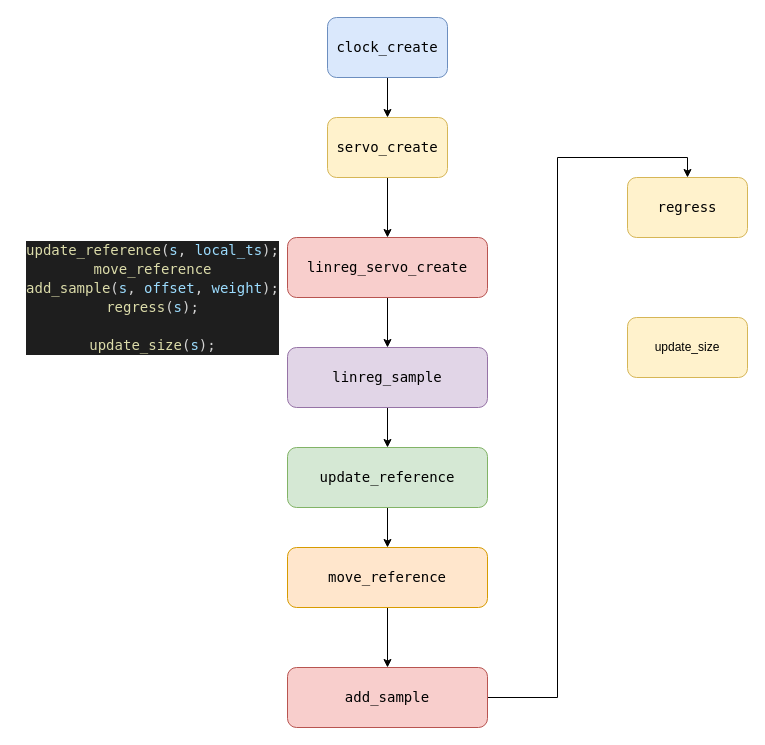
The draw.io diagram Untitled Diagram.drawio in enesygt/c_repo, before the edit. Source tidied: cells renumbered, new cells numbered last; positions are measured from the earlier drawing's top-left corner, leaving out a move shared by most shapes. Both pictures are drawn from the tidied source at 100%, with x=0, y=0 at pixel (17, 17).
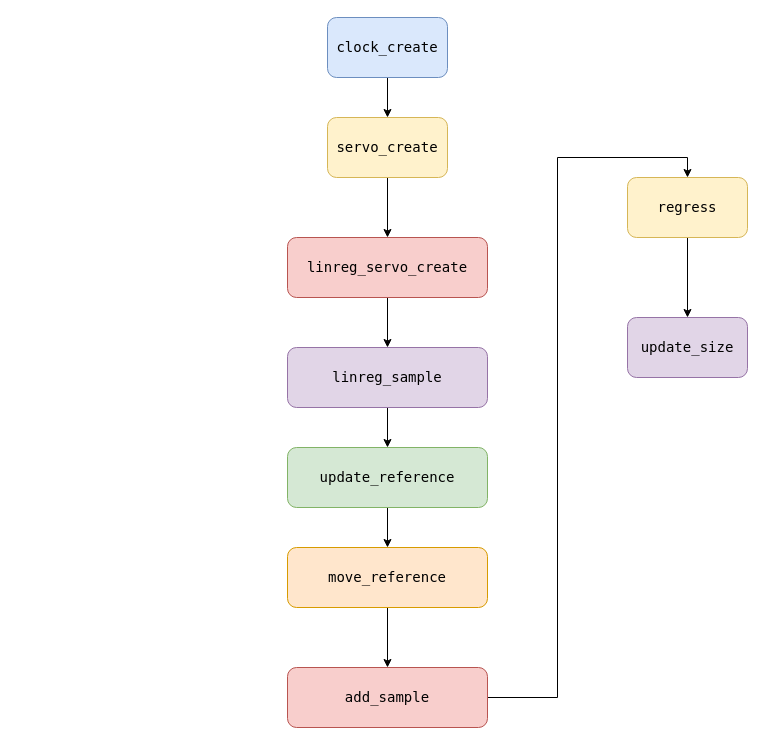
Above is the later version.

The edit, as a diff of the source:
```diff
@@
 <mxGraphModel>
   <root>
     <mxCell id="0" />
     <mxCell id="1" parent="0" />
     <mxCell id="2" style="edgeStyle=orthogonalEdgeStyle;rounded=0;jettySize=auto;html=1;entryX=0.5;entryY=0;entryDx=0;entryDy=0;" parent="1" edge="1" source="3" target="5">
       <mxGeometry relative="1" as="geometry" />
     </mxCell>
     <mxCell id="3" value="&lt;div style=&quot;font-family: &amp;#34;droid sans mono&amp;#34; , &amp;#34;monospace&amp;#34; , monospace , &amp;#34;droid sans fallback&amp;#34; ; font-weight: normal ; font-size: 14px ; line-height: 19px&quot;&gt;&lt;div&gt;&lt;span style=&quot;background-color: transparent&quot;&gt;clock_create&lt;/span&gt;&lt;/div&gt;&lt;/div&gt;" style="rounded=1;whiteSpace=wrap;html=1;fillColor=#dae8fc;strokeColor=#6c8ebf;" parent="1" vertex="1">
       <mxGeometry x="310" width="120" height="60" as="geometry" />
     </mxCell>
     <mxCell id="4" style="edgeStyle=orthogonalEdgeStyle;rounded=0;jettySize=auto;html=1;" parent="1" edge="1" source="5" target="7">
       <mxGeometry relative="1" as="geometry" />
     </mxCell>
     <mxCell id="5" value="&lt;div style=&quot;font-family: &amp;#34;droid sans mono&amp;#34; , &amp;#34;monospace&amp;#34; , monospace , &amp;#34;droid sans fallback&amp;#34; ; font-weight: normal ; font-size: 14px ; line-height: 19px&quot;&gt;&lt;div&gt;&lt;span style=&quot;background-color: transparent&quot;&gt;servo_create&lt;/span&gt;&lt;/div&gt;&lt;/div&gt;" style="rounded=1;whiteSpace=wrap;html=1;fillColor=#fff2cc;strokeColor=#d6b656;" parent="1" vertex="1">
       <mxGeometry x="310" y="100" width="120" height="60" as="geometry" />
     </mxCell>
     <mxCell id="6" style="edgeStyle=orthogonalEdgeStyle;rounded=0;jettySize=auto;html=1;" parent="1" edge="1" source="7" target="9">
       <mxGeometry relative="1" as="geometry" />
     </mxCell>
     <mxCell id="7" value="&lt;div style=&quot;font-family: &amp;#34;droid sans mono&amp;#34; , &amp;#34;monospace&amp;#34; , monospace , &amp;#34;droid sans fallback&amp;#34; ; font-weight: normal ; font-size: 14px ; line-height: 19px&quot;&gt;&lt;div&gt;&lt;span style=&quot;background-color: transparent&quot;&gt;linreg_servo_create&lt;/span&gt;&lt;/div&gt;&lt;/div&gt;" style="rounded=1;whiteSpace=wrap;html=1;fillColor=#f8cecc;strokeColor=#b85450;" parent="1" vertex="1">
       <mxGeometry x="270" y="220" width="200" height="60" as="geometry" />
     </mxCell>
     <mxCell id="8" style="edgeStyle=orthogonalEdgeStyle;rounded=0;jettySize=auto;html=1;" parent="1" edge="1" source="9" target="12">
       <mxGeometry relative="1" as="geometry" />
     </mxCell>
     <mxCell id="9" value="&lt;div style=&quot;font-family: &amp;#34;droid sans mono&amp;#34; , &amp;#34;monospace&amp;#34; , monospace , &amp;#34;droid sans fallback&amp;#34; ; font-weight: normal ; font-size: 14px ; line-height: 19px&quot;&gt;&lt;div&gt;&lt;span style=&quot;background-color: transparent&quot;&gt;linreg_sample&lt;/span&gt;&lt;/div&gt;&lt;/div&gt;" style="rounded=1;whiteSpace=wrap;html=1;fillColor=#e1d5e7;strokeColor=#9673a6;" parent="1" vertex="1">
       <mxGeometry x="270" y="330" width="200" height="60" as="geometry" />
     </mxCell>
-    <mxCell id="10" value="&lt;div style=&quot;color: rgb(212 , 212 , 212) ; background-color: rgb(30 , 30 , 30) ; font-family: &amp;#34;droid sans mono&amp;#34; , &amp;#34;monospace&amp;#34; , monospace , &amp;#34;droid sans fallback&amp;#34; ; font-weight: normal ; font-size: 14px ; line-height: 19px&quot;&gt;&lt;div&gt;&lt;span style=&quot;color: #dcdcaa&quot;&gt;update_reference&lt;/span&gt;&lt;span style=&quot;color: #d4d4d4&quot;&gt;(&lt;/span&gt;&lt;span style=&quot;color: #9cdcfe&quot;&gt;s&lt;/span&gt;&lt;span style=&quot;color: #d4d4d4&quot;&gt;, &lt;/span&gt;&lt;span style=&quot;color: #9cdcfe&quot;&gt;local_ts&lt;/span&gt;&lt;span style=&quot;color: #d4d4d4&quot;&gt;);&lt;/span&gt;&lt;/div&gt;&lt;div&gt;&lt;div style=&quot;color: rgb(212 , 212 , 212) ; background-color: rgb(30 , 30 , 30) ; font-family: &amp;#34;droid sans mono&amp;#34; , &amp;#34;monospace&amp;#34; , monospace , &amp;#34;droid sans fallback&amp;#34; ; font-weight: normal ; font-size: 14px ; line-height: 19px&quot;&gt;&lt;div&gt;&lt;span style=&quot;color: #dcdcaa&quot;&gt;move_reference&lt;/span&gt;&lt;/div&gt;&lt;/div&gt;&lt;/div&gt;&lt;div&gt;&lt;span style=&quot;color: #d4d4d4&quot;&gt;    &lt;/span&gt;&lt;span style=&quot;color: #dcdcaa&quot;&gt;add_sample&lt;/span&gt;&lt;span style=&quot;color: #d4d4d4&quot;&gt;(&lt;/span&gt;&lt;span style=&quot;color: #9cdcfe&quot;&gt;s&lt;/span&gt;&lt;span style=&quot;color: #d4d4d4&quot;&gt;, &lt;/span&gt;&lt;span style=&quot;color: #9cdcfe&quot;&gt;offset&lt;/span&gt;&lt;span style=&quot;color: #d4d4d4&quot;&gt;, &lt;/span&gt;&lt;span style=&quot;color: #9cdcfe&quot;&gt;weight&lt;/span&gt;&lt;span style=&quot;color: #d4d4d4&quot;&gt;);&lt;/span&gt;&lt;/div&gt;&lt;div&gt;&lt;span style=&quot;color: #d4d4d4&quot;&gt;    &lt;/span&gt;&lt;span style=&quot;color: #dcdcaa&quot;&gt;regress&lt;/span&gt;&lt;span style=&quot;color: #d4d4d4&quot;&gt;(&lt;/span&gt;&lt;span style=&quot;color: #9cdcfe&quot;&gt;s&lt;/span&gt;&lt;span style=&quot;color: #d4d4d4&quot;&gt;);&lt;/span&gt;&lt;/div&gt;&lt;br&gt;&lt;div&gt;&lt;span style=&quot;color: #d4d4d4&quot;&gt;    &lt;/span&gt;&lt;span style=&quot;color: #dcdcaa&quot;&gt;update_size&lt;/span&gt;&lt;span style=&quot;color: #d4d4d4&quot;&gt;(&lt;/span&gt;&lt;span style=&quot;color: #9cdcfe&quot;&gt;s&lt;/span&gt;&lt;span style=&quot;color: #d4d4d4&quot;&gt;);&lt;/span&gt;&lt;/div&gt;&lt;/div&gt;" style="text;html=1;align=center;verticalAlign=middle;strokeColor=none;" parent="1" vertex="1">
-      <mxGeometry y="220" width="270" height="120" as="geometry" />
-    </mxCell>
     <mxCell id="11" style="edgeStyle=orthogonalEdgeStyle;rounded=0;jettySize=auto;html=1;entryX=0.5;entryY=0;entryDx=0;entryDy=0;" parent="1" edge="1" source="12" target="14">
       <mxGeometry relative="1" as="geometry" />
     </mxCell>
     <mxCell id="12" value="&lt;div style=&quot;font-family: &amp;#34;droid sans mono&amp;#34; , &amp;#34;monospace&amp;#34; , monospace , &amp;#34;droid sans fallback&amp;#34; ; font-weight: normal ; font-size: 14px ; line-height: 19px&quot;&gt;&lt;div&gt;&lt;span style=&quot;background-color: transparent&quot;&gt;update_reference&lt;/span&gt;&lt;/div&gt;&lt;/div&gt;" style="rounded=1;whiteSpace=wrap;html=1;fillColor=#d5e8d4;strokeColor=#82b366;" parent="1" vertex="1">
       <mxGeometry x="270" y="430" width="200" height="60" as="geometry" />
     </mxCell>
     <mxCell id="13" style="edgeStyle=orthogonalEdgeStyle;rounded=0;jettySize=auto;html=1;entryX=0.5;entryY=0;entryDx=0;entryDy=0;" parent="1" edge="1" source="14" target="16">
       <mxGeometry relative="1" as="geometry" />
     </mxCell>
     <mxCell id="14" value="&lt;div&gt;&lt;div style=&quot;font-family: &amp;#34;droid sans mono&amp;#34; , &amp;#34;monospace&amp;#34; , monospace , &amp;#34;droid sans fallback&amp;#34; ; font-weight: normal ; font-size: 14px ; line-height: 19px&quot;&gt;&lt;div&gt;&lt;span style=&quot;background-color: transparent&quot;&gt;move_reference&lt;/span&gt;&lt;/div&gt;&lt;/div&gt;&lt;/div&gt;" style="rounded=1;whiteSpace=wrap;html=1;fillColor=#ffe6cc;strokeColor=#d79b00;" parent="1" vertex="1">
       <mxGeometry x="270" y="530" width="200" height="60" as="geometry" />
     </mxCell>
     <mxCell id="15" style="edgeStyle=orthogonalEdgeStyle;rounded=0;jettySize=auto;html=1;entryX=0.5;entryY=0;entryDx=0;entryDy=0;" parent="1" edge="1" source="16" target="17">
       <mxGeometry relative="1" as="geometry" />
     </mxCell>
     <mxCell id="16" value="&lt;div style=&quot;font-family: &amp;#34;droid sans mono&amp;#34; , &amp;#34;monospace&amp;#34; , monospace , &amp;#34;droid sans fallback&amp;#34; ; font-weight: normal ; font-size: 14px ; line-height: 19px&quot;&gt;&lt;div&gt;&lt;span style=&quot;background-color: transparent&quot;&gt;add_sample&lt;/span&gt;&lt;/div&gt;&lt;/div&gt;" style="rounded=1;whiteSpace=wrap;html=1;fillColor=#f8cecc;strokeColor=#b85450;" parent="1" vertex="1">
       <mxGeometry x="270" y="650" width="200" height="60" as="geometry" />
     </mxCell>
+    <mxCell id="19" style="edgeStyle=orthogonalEdgeStyle;rounded=0;jettySize=auto;html=1;exitX=0.5;exitY=1;exitDx=0;exitDy=0;" parent="1" edge="1" source="17" target="18">
+      <mxGeometry relative="1" as="geometry" />
+    </mxCell>
     <mxCell id="17" value="&lt;div style=&quot;font-family: &amp;#34;droid sans mono&amp;#34; , &amp;#34;monospace&amp;#34; , monospace , &amp;#34;droid sans fallback&amp;#34; ; font-weight: normal ; font-size: 14px ; line-height: 19px&quot;&gt;&lt;div&gt;&lt;span style=&quot;background-color: transparent&quot;&gt;regress&lt;/span&gt;&lt;/div&gt;&lt;/div&gt;" style="rounded=1;whiteSpace=wrap;html=1;fillColor=#fff2cc;strokeColor=#d6b656;" parent="1" vertex="1">
       <mxGeometry x="610" y="160" width="120" height="60" as="geometry" />
     </mxCell>
-    <mxCell id="18" value="update_size" style="rounded=1;whiteSpace=wrap;html=1;fillColor=#fff2cc;strokeColor=#d6b656;" parent="1" vertex="1">
+    <mxCell id="18" value="&lt;div style=&quot;font-family: &amp;#34;droid sans mono&amp;#34; , &amp;#34;monospace&amp;#34; , monospace , &amp;#34;droid sans fallback&amp;#34; ; font-weight: normal ; font-size: 14px ; line-height: 19px&quot;&gt;&lt;div&gt;&lt;span style=&quot;background-color: transparent&quot;&gt;update_size&lt;/span&gt;&lt;/div&gt;&lt;/div&gt;" style="rounded=1;whiteSpace=wrap;html=1;fillColor=#e1d5e7;strokeColor=#9673a6;" parent="1" vertex="1">
       <mxGeometry x="610" y="300" width="120" height="60" as="geometry" />
     </mxCell>
   </root>
 </mxGraphModel>
```
